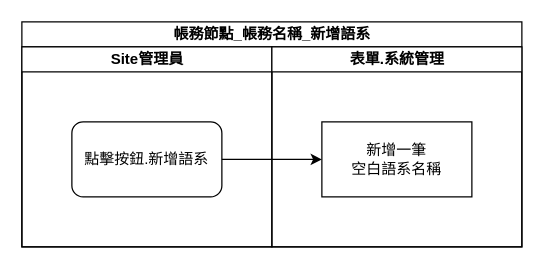
This is 8.10.0/UPDATE/ITEM_3/RTE/attachment/ProjectIndex_Corp_AppendName.drawio from ArcareRD/sadocs, a draw.io file, before an edit. Source tidied: cells renumbered, new cells numbered last; positions are measured from the earlier drawing's top-left corner, leaving out a move shared by most shapes. Both pictures are drawn from the tidied source at 125%, with x=0, y=0 at pixel (21, 21).
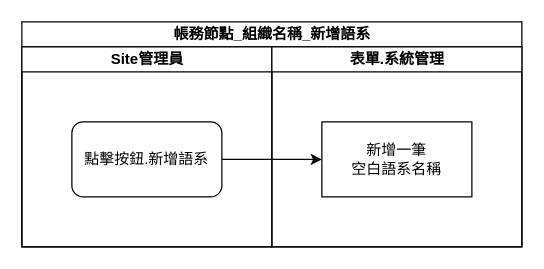
The same diagram, later.

Diff of the diagram source:
```diff
@@
 <mxGraphModel>
   <root>
     <mxCell id="0" />
     <mxCell id="1" parent="0" />
-    <mxCell id="2" value="帳務節點_帳務名稱_新增語系" style="swimlane;html=1;startSize=20;" parent="1" vertex="1">
+    <mxCell id="2" value="帳務節點_組織名稱_新增語系" style="swimlane;html=1;startSize=20;" parent="1" vertex="1">
       <mxGeometry width="400" height="180" as="geometry" />
     </mxCell>
     <mxCell id="3" value="Site管理員" style="swimlane;html=1;startSize=20;" parent="2" vertex="1">
       <mxGeometry y="20" width="200" height="160" as="geometry" />
     </mxCell>
     <mxCell id="4" value="點擊按鈕.新增語系" style="rounded=1;whiteSpace=wrap;html=1;" parent="3" vertex="1">
       <mxGeometry x="40" y="60" width="120" height="60" as="geometry" />
     </mxCell>
     <mxCell id="5" value="表單.系統管理" style="swimlane;html=1;startSize=20;" parent="2" vertex="1">
       <mxGeometry x="200" y="20" width="200" height="160" as="geometry" />
     </mxCell>
     <mxCell id="6" value="新增一筆&lt;br&gt;空白語系名稱" style="rounded=0;whiteSpace=wrap;html=1;" parent="5" vertex="1">
       <mxGeometry x="40" y="60" width="120" height="60" as="geometry" />
     </mxCell>
     <mxCell id="7" style="edgeStyle=orthogonalEdgeStyle;rounded=0;jettySize=auto;html=1;exitX=1;exitY=0.5;exitDx=0;exitDy=0;entryX=0;entryY=0.5;entryDx=0;entryDy=0;" parent="2" edge="1" source="4" target="6">
       <mxGeometry relative="1" as="geometry" />
     </mxCell>
   </root>
 </mxGraphModel>
```
